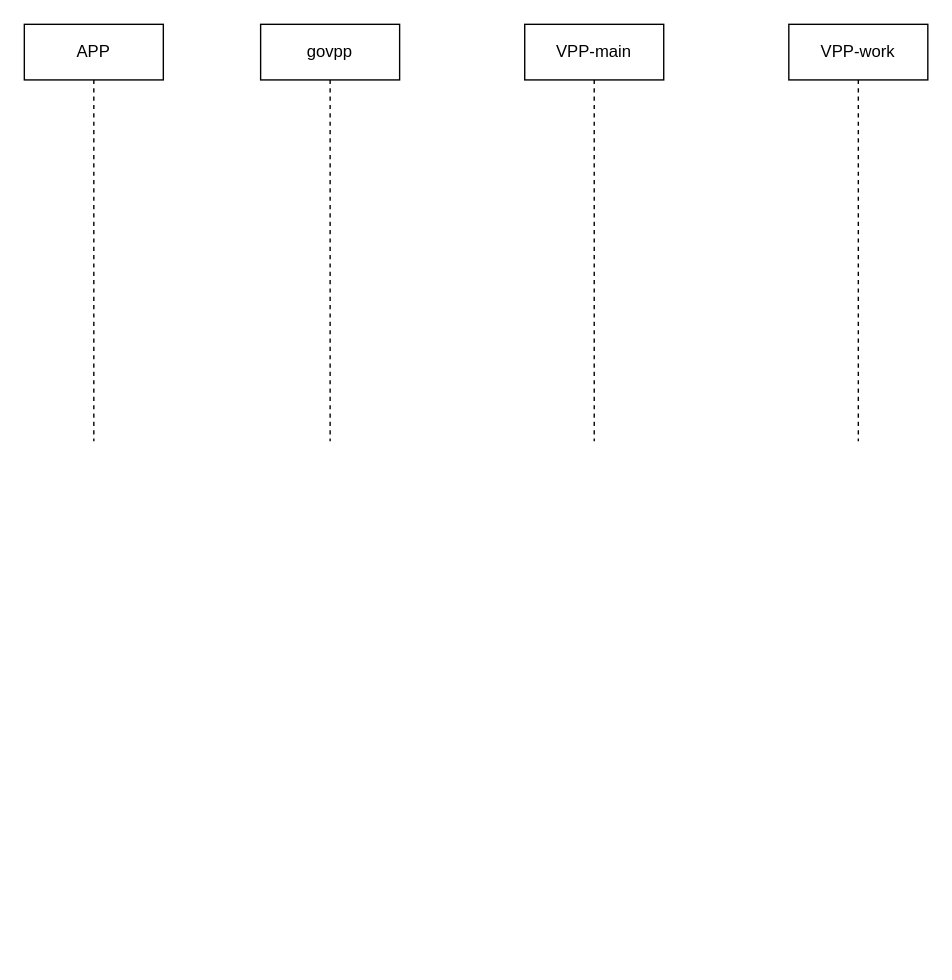
Above: page "eventSequence" (8 of 9) of resources/VPP.drawio in jameszhangcn/vppEventNotify (draw.io), before the change. Source tidied: cells renumbered, new cells numbered last; positions are measured from the earlier drawing's top-left corner, leaving out a move shared by most shapes. Both pictures are drawn from the tidied source at 139%, with x=0, y=0 at pixel (24, 24).
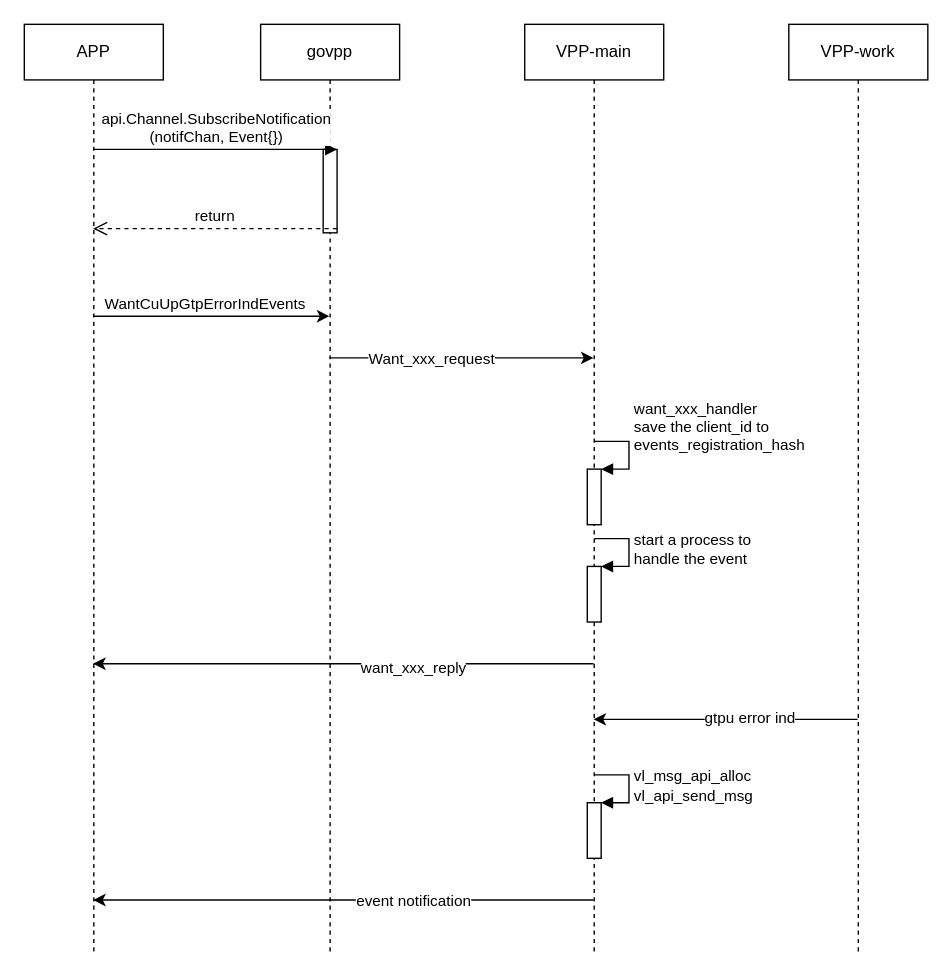
After the change.

The edit, as a diff of the source:
```diff
@@
+    <mxCell id="6" style="edgeStyle=orthogonalEdgeStyle;rounded=0;jettySize=auto;html=1;" parent="1" edge="1" source="2" target="3">
+      <mxGeometry relative="1" as="geometry">
+        <Array as="points">
+          <mxPoint x="150" y="210" />
+          <mxPoint x="150" y="210" />
+        </Array>
+      </mxGeometry>
+    </mxCell>
+    <mxCell id="7" value="WantCuUpGtpErrorIndEvents" style="edgeLabel;html=1;align=center;verticalAlign=middle;" parent="6" vertex="1">
+      <mxGeometry x="-0.23" relative="1" as="geometry">
+        <mxPoint x="15.3" y="-10" as="offset" />
+      </mxGeometry>
+    </mxCell>
     <mxCell id="2" value="APP" style="shape=umlLifeline;perimeter=lifelinePerimeter;whiteSpace=wrap;html=1;outlineConnect=0;" parent="1" vertex="1">
-      <mxGeometry width="100" height="300" as="geometry" />
+      <mxGeometry width="100" height="670" as="geometry" />
     </mxCell>
+    <mxCell id="8" style="edgeStyle=orthogonalEdgeStyle;rounded=0;jettySize=auto;html=1;" parent="1" edge="1" source="3" target="4">
+      <mxGeometry relative="1" as="geometry">
+        <Array as="points">
+          <mxPoint x="310" y="240" />
+          <mxPoint x="310" y="240" />
+        </Array>
+      </mxGeometry>
+    </mxCell>
+    <mxCell id="9" value="Want_xxx_request" style="edgeLabel;html=1;align=center;verticalAlign=middle;" parent="8" vertex="1">
+      <mxGeometry x="-0.05" y="-18" relative="1" as="geometry">
+        <mxPoint x="-17" y="-18" as="offset" />
+      </mxGeometry>
+    </mxCell>
     <mxCell id="3" value="govpp" style="shape=umlLifeline;perimeter=lifelinePerimeter;whiteSpace=wrap;html=1;outlineConnect=0;" parent="1" vertex="1">
-      <mxGeometry x="170" width="100" height="300" as="geometry" />
+      <mxGeometry x="170" width="100" height="670" as="geometry" />
     </mxCell>
+    <mxCell id="10" style="html=1;points=[];perimeter=orthogonalPerimeter;" parent="3" vertex="1">
+      <mxGeometry x="45" y="90" width="10" height="60" as="geometry" />
+    </mxCell>
+    <mxCell id="11" style="edgeStyle=orthogonalEdgeStyle;rounded=0;jettySize=auto;html=1;" parent="1" edge="1" source="4" target="2">
+      <mxGeometry relative="1" as="geometry">
+        <Array as="points">
+          <mxPoint x="300" y="460" />
+          <mxPoint x="300" y="460" />
+        </Array>
+      </mxGeometry>
+    </mxCell>
+    <mxCell id="12" value="want_xxx_reply" style="edgeLabel;html=1;align=center;verticalAlign=middle;" parent="11" vertex="1">
+      <mxGeometry x="-0.28" y="2" relative="1" as="geometry" />
+    </mxCell>
+    <mxCell id="13" style="edgeStyle=orthogonalEdgeStyle;rounded=0;jettySize=auto;html=1;" parent="1" edge="1" source="4" target="2">
+      <mxGeometry relative="1" as="geometry">
+        <Array as="points">
+          <mxPoint x="260" y="630" />
+          <mxPoint x="260" y="630" />
+        </Array>
+      </mxGeometry>
+    </mxCell>
+    <mxCell id="14" value="event notification" style="edgeLabel;html=1;align=center;verticalAlign=middle;" parent="13" vertex="1">
+      <mxGeometry x="-0.13" relative="1" as="geometry">
+        <mxPoint x="27.2" as="offset" />
+      </mxGeometry>
+    </mxCell>
     <mxCell id="4" value="VPP-main" style="shape=umlLifeline;perimeter=lifelinePerimeter;whiteSpace=wrap;html=1;outlineConnect=0;" parent="1" vertex="1">
-      <mxGeometry x="360" width="100" height="300" as="geometry" />
+      <mxGeometry x="360" width="100" height="670" as="geometry" />
     </mxCell>
+    <mxCell id="15" style="html=1;points=[];perimeter=orthogonalPerimeter;" parent="4" vertex="1">
+      <mxGeometry x="45" y="320" width="10" height="40" as="geometry" />
+    </mxCell>
+    <mxCell id="16" value="want_xxx_handler&lt;br&gt;save the client_id to &lt;br&gt;events_registration_hash" style="edgeStyle=orthogonalEdgeStyle;html=1;align=left;spacingLeft=2;endArrow=block;rounded=0;entryX=1;entryY=0;" parent="4" edge="1" target="15">
+      <mxGeometry x="-0.23" y="10" relative="1" as="geometry">
+        <mxPoint x="50" y="300" as="sourcePoint" />
+        <Array as="points">
+          <mxPoint x="75" y="300" />
+        </Array>
+        <mxPoint x="-10" y="-10" as="offset" />
+      </mxGeometry>
+    </mxCell>
+    <mxCell id="17" style="html=1;points=[];perimeter=orthogonalPerimeter;" parent="4" vertex="1">
+      <mxGeometry x="45" y="390" width="10" height="40" as="geometry" />
+    </mxCell>
+    <mxCell id="18" value="start a process to &lt;br&gt;handle the event" style="edgeStyle=orthogonalEdgeStyle;html=1;align=left;spacingLeft=2;endArrow=block;rounded=0;entryX=1;entryY=0;" parent="4" edge="1" target="17">
+      <mxGeometry relative="1" as="geometry">
+        <mxPoint x="50" y="370" as="sourcePoint" />
+        <Array as="points">
+          <mxPoint x="75" y="370" />
+        </Array>
+      </mxGeometry>
+    </mxCell>
+    <mxCell id="19" style="html=1;points=[];perimeter=orthogonalPerimeter;" parent="4" vertex="1">
+      <mxGeometry x="45" y="560" width="10" height="40" as="geometry" />
+    </mxCell>
+    <mxCell id="20" value="vl_msg_api_alloc&lt;br&gt;vl_api_send_msg" style="edgeStyle=orthogonalEdgeStyle;html=1;align=left;spacingLeft=2;endArrow=block;rounded=0;entryX=1;entryY=0;" parent="4" edge="1" target="19">
+      <mxGeometry relative="1" as="geometry">
+        <mxPoint x="50" y="540" as="sourcePoint" />
+        <Array as="points">
+          <mxPoint x="75" y="540" />
+        </Array>
+      </mxGeometry>
+    </mxCell>
+    <mxCell id="21" style="edgeStyle=orthogonalEdgeStyle;rounded=0;jettySize=auto;html=1;" parent="1" edge="1" source="5" target="4">
+      <mxGeometry relative="1" as="geometry">
+        <Array as="points">
+          <mxPoint x="500" y="500" />
+          <mxPoint x="500" y="500" />
+        </Array>
+      </mxGeometry>
+    </mxCell>
+    <mxCell id="22" value="gtpu error ind" style="edgeLabel;html=1;align=center;verticalAlign=middle;" parent="21" vertex="1">
+      <mxGeometry x="0.05" y="-23" relative="1" as="geometry">
+        <mxPoint x="22" y="21" as="offset" />
+      </mxGeometry>
+    </mxCell>
     <mxCell id="5" value="VPP-work" style="shape=umlLifeline;perimeter=lifelinePerimeter;whiteSpace=wrap;html=1;outlineConnect=0;" parent="1" vertex="1">
-      <mxGeometry x="550" width="100" height="300" as="geometry" />
+      <mxGeometry x="550" width="100" height="670" as="geometry" />
     </mxCell>
+    <mxCell id="23" value="api.Channel.SubscribeNotification&lt;br&gt;(notifChan, Event{})" style="html=1;verticalAlign=bottom;endArrow=block;entryX=1;entryY=0;" parent="1" edge="1" source="2" target="10">
+      <mxGeometry relative="1" as="geometry" />
+    </mxCell>
+    <mxCell id="24" value="return" style="html=1;verticalAlign=bottom;endArrow=open;dashed=1;endSize=8;exitX=1;exitY=0.95;" parent="1" edge="1" source="10" target="2">
+      <mxGeometry relative="1" as="geometry" />
+    </mxCell>
```
